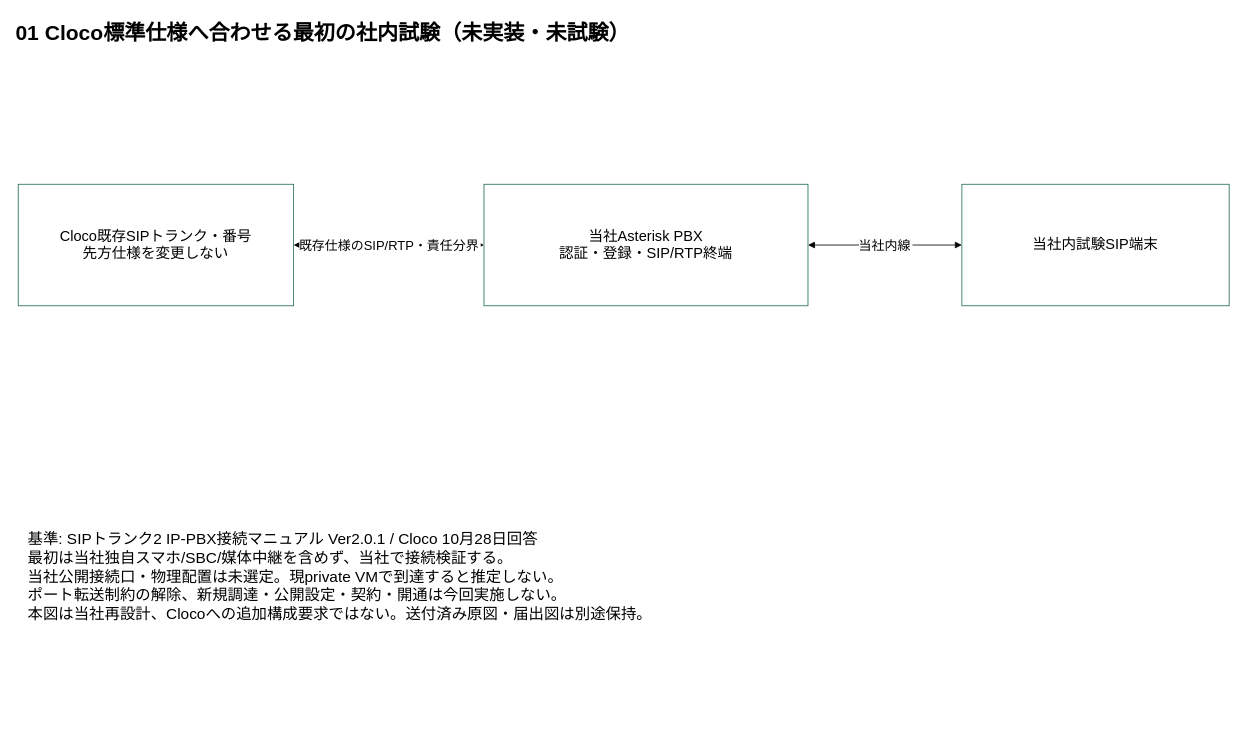
HirotsuguMatsumoto/anshin-phone-infra keeps this draw.io diagram as page "01 Cloco株式会社様の標準仕様へ合わせる最初の社内試験（未実装・未試験）" (1 of 2) of docs/specs/telephony-platform/cloco-anshin-phone-end-to-end.drawio. Above is the earlier version. Source tidied: cells renumbered, new cells numbered last; positions are measured from the earlier drawing's top-left corner, leaving out a move shared by most shapes. Both pictures are drawn from the tidied source at 81%, with x=0, y=0 at pixel (14, 14).
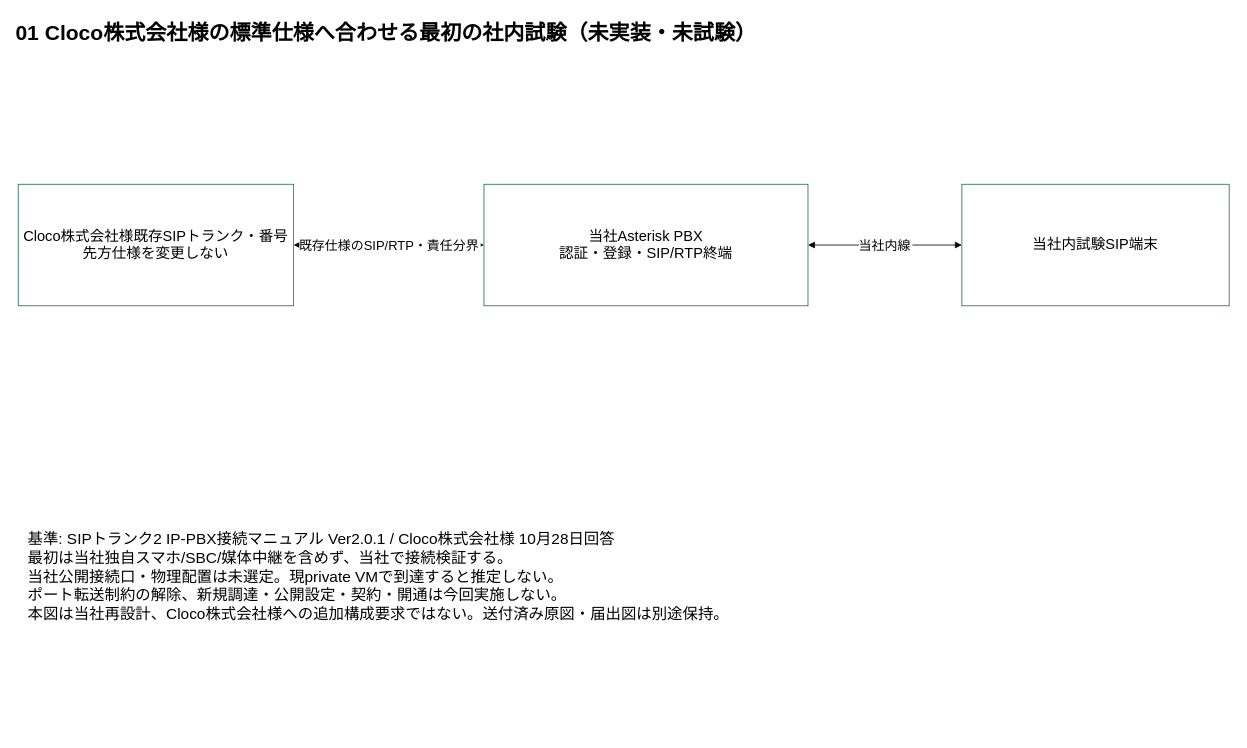
The same diagram, later.

What changed in the source:
```diff
@@
 <mxGraphModel>
   <root>
     <mxCell id="0" />
     <mxCell id="1" parent="0" />
-    <mxCell id="2" value="01 Cloco標準仕様へ合わせる最初の社内試験（未実装・未試験）" style="text;html=0;align=left;fontSize=26;fontStyle=1;" parent="1" vertex="1">
+    <mxCell id="2" value="01 Cloco株式会社様の標準仕様へ合わせる最初の社内試験（未実装・未試験）" style="text;html=0;align=left;fontSize=26;fontStyle=1;" parent="1" vertex="1">
       <mxGeometry width="1500" height="70" as="geometry" />
     </mxCell>
-    <mxCell id="3" value="Cloco既存SIPトランク・番号&#10;先方仕様を変更しない" style="rounded=0;whiteSpace=wrap;html=0;fontSize=18;fillColor=#FFFFFF;strokeColor=#1F6B56;" parent="1" vertex="1">
+    <mxCell id="3" value="Cloco株式会社様既存SIPトランク・番号&#10;先方仕様を変更しない" style="rounded=0;whiteSpace=wrap;html=0;fontSize=18;fillColor=#FFFFFF;strokeColor=#1F6B56;" parent="1" vertex="1">
       <mxGeometry x="5" y="210" width="340" height="150" as="geometry" />
     </mxCell>
     <mxCell id="4" value="当社Asterisk PBX&#10;認証・登録・SIP/RTP終端" style="rounded=0;whiteSpace=wrap;html=0;fontSize=18;fillColor=#FFFFFF;strokeColor=#1F6B56;" parent="1" vertex="1">
       <mxGeometry x="580" y="210" width="400" height="150" as="geometry" />
     </mxCell>
     <mxCell id="5" value="当社内試験SIP端末" style="rounded=0;whiteSpace=wrap;html=0;fontSize=18;fillColor=#FFFFFF;strokeColor=#1F6B56;" parent="1" vertex="1">
       <mxGeometry x="1170" y="210" width="330" height="150" as="geometry" />
     </mxCell>
     <mxCell id="6" value="既存仕様のSIP/RTP・責任分界" style="edgeStyle=orthogonalEdgeStyle;html=0;endArrow=block;startArrow=block;fontSize=16;" parent="1" edge="1" source="3" target="4">
       <mxGeometry relative="1" as="geometry" />
     </mxCell>
     <mxCell id="7" value="当社内線" style="edgeStyle=orthogonalEdgeStyle;html=0;endArrow=block;startArrow=block;fontSize=16;" parent="1" edge="1" source="4" target="5">
       <mxGeometry relative="1" as="geometry" />
     </mxCell>
-    <mxCell id="8" value="基準: SIPトランク2 IP-PBX接続マニュアル Ver2.0.1 / Cloco 10月28日回答&#10;最初は当社独自スマホ/SBC/媒体中継を含めず、当社で接続検証する。&#10;当社公開接続口・物理配置は未選定。現private VMで到達すると推定しない。&#10;ポート転送制約の解除、新規調達・公開設定・契約・開通は今回実施しない。&#10;本図は当社再設計、Clocoへの追加構成要求ではない。送付済み原図・届出図は別途保持。" style="text;html=0;align=left;verticalAlign=top;fontSize=19;" parent="1" vertex="1">
+    <mxCell id="8" value="基準: SIPトランク2 IP-PBX接続マニュアル Ver2.0.1 / Cloco株式会社様 10月28日回答&#10;最初は当社独自スマホ/SBC/媒体中継を含めず、当社で接続検証する。&#10;当社公開接続口・物理配置は未選定。現private VMで到達すると推定しない。&#10;ポート転送制約の解除、新規調達・公開設定・契約・開通は今回実施しない。&#10;本図は当社再設計、Cloco株式会社様への追加構成要求ではない。送付済み原図・届出図は別途保持。" style="text;html=0;align=left;verticalAlign=top;fontSize=19;" parent="1" vertex="1">
       <mxGeometry x="15" y="630" width="1490" height="260" as="geometry" />
     </mxCell>
   </root>
 </mxGraphModel>
```
